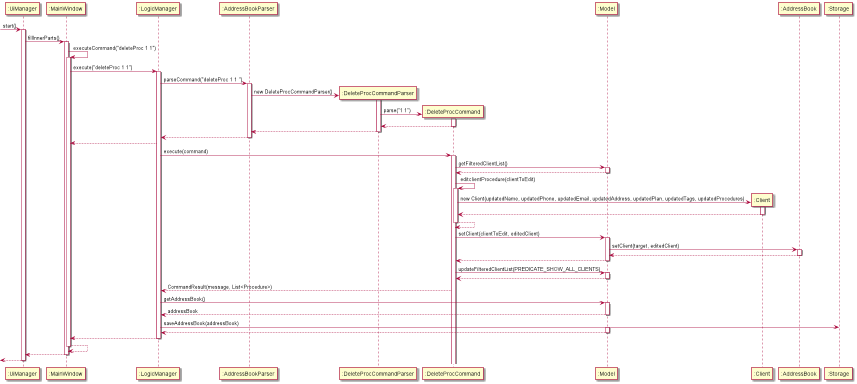
Earlier version of the PlantUML export docs/images/DeleteProcSequenceDiagram.png (robinrojh/tp). Its diagram source:
```plantuml
@startuml

-> ":UiManager" : start()
activate ":UiManager"

":UiManager" -> ":MainWindow" : fillInnerParts()
activate ":MainWindow"
":MainWindow" -> ":MainWindow" : executeCommand("deleteProc 1 1")
activate ":MainWindow"
":MainWindow" -> ":LogicManager" : execute("deleteProc 1 1")
activate ":LogicManager"

":LogicManager" -> ":AddressBookParser" : parseCommand("deleteProc 1 1 ")
activate ":AddressBookParser"

create ":DeleteProcCommandParser"
":AddressBookParser" -> ":DeleteProcCommandParser" : new DeleteProcCommandParser()
activate ":DeleteProcCommandParser"
create ":DeleteProcCommand"
":DeleteProcCommandParser" -> ":DeleteProcCommand" : parse("1 1")
activate ":DeleteProcCommand"

":DeleteProcCommand" --> ":DeleteProcCommandParser"
deactivate ":DeleteProcCommand"
":DeleteProcCommandParser" --> ":AddressBookParser"
deactivate ":DeleteProcCommandParser"
":AddressBookParser" --> ":LogicManager"
deactivate ":AddressBookParser"
":LogicManager" --> ":MainWindow"

":LogicManager" -> ":DeleteProcCommand" : execute(command)
activate ":DeleteProcCommand"
":DeleteProcCommand" -> ":Model" : getFilteredClientList()
activate ":Model"
":Model" --> ":DeleteProcCommand"
deactivate ":Model"
":DeleteProcCommand" -> ":DeleteProcCommand" : editclientProcedure(clientToEdit)
activate ":DeleteProcCommand"
create ":Client"
":DeleteProcCommand" -> ":Client" : new Client(updatedName, updatedPhone, updatedEmail, updatedAddress, updatedPlan, updatedTags, updatedProcedures)
activate ":Client"
":Client" --> ":DeleteProcCommand"
deactivate ":Client"
":DeleteProcCommand" --> ":DeleteProcCommand"
deactivate ":DeleteProcCommand"

":DeleteProcCommand" -> ":Model" : setClient(clientToEdit, editedClient)
activate ":Model"
":Model" -> ":AddressBook" : setClient(target, editedClient)
activate ":AddressBook"
":AddressBook" --> ":Model"
deactivate ":AddressBook"
":Model" --> ":DeleteProcCommand"
deactivate ":Model"

":DeleteProcCommand" -> ":Model" : updateFilteredClientList(PREDICATE_SHOW_ALL_CLIENTS)
activate ":Model"
":Model" --> ":DeleteProcCommand"
deactivate ":Model"
":DeleteProcCommand" --> ":LogicManager" : CommandResult(message, List<Procedure>)

":LogicManager" -> ":Model" : getAddressBook()
activate ":Model"
":Model" --> ":LogicManager" : addressBook
deactivate ":Model"

":LogicManager" -> ":Storage" : saveAddressBook(addressBook)
activate ":Model"
":Model" --> ":LogicManager"
deactivate ":Model"

":LogicManager" --> ":MainWindow"

deactivate ":LogicManager"
":MainWindow" --> ":MainWindow"
deactivate ":MainWindow"
":MainWindow" --> ":UiManager"
deactivate ":MainWindow"
<-- ":UiManager"
deactivate ":UiManager"
@enduml
```
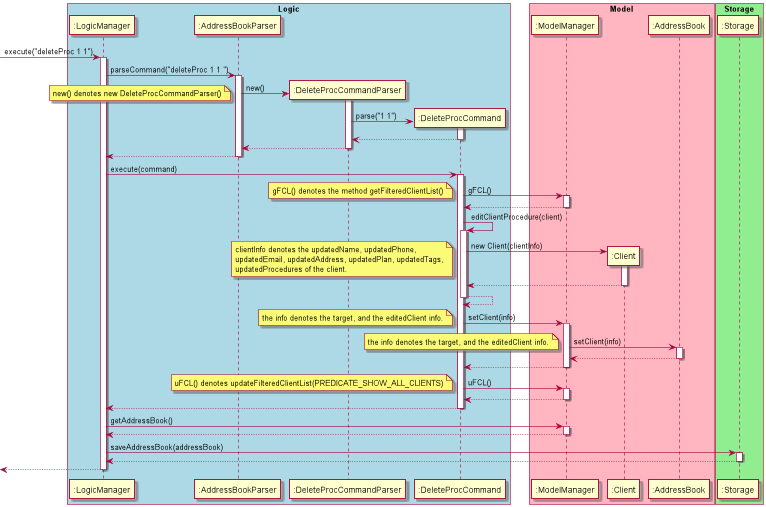
After the change.

Commit message:
Add deleteProc feature to developer guide's implementation

Diff of the diagram source:
```diff
@@ -1,21 +1,18 @@
 @startuml
 
--> ":UiManager" : start()
-activate ":UiManager"
-
-":UiManager" -> ":MainWindow" : fillInnerParts()
-activate ":MainWindow"
-":MainWindow" -> ":MainWindow" : executeCommand("deleteProc 1 1")
-activate ":MainWindow"
-":MainWindow" -> ":LogicManager" : execute("deleteProc 1 1")
+box "Logic" #LightBlue
+-> ":LogicManager" : execute("deleteProc 1 1")
 activate ":LogicManager"
 
 ":LogicManager" -> ":AddressBookParser" : parseCommand("deleteProc 1 1 ")
 activate ":AddressBookParser"
 
 create ":DeleteProcCommandParser"
-":AddressBookParser" -> ":DeleteProcCommandParser" : new DeleteProcCommandParser()
+":AddressBookParser" -> ":DeleteProcCommandParser" : new()
 activate ":DeleteProcCommandParser"
+note left
+    new() denotes new DeleteProcCommandParser()
+end note
 create ":DeleteProcCommand"
 ":DeleteProcCommandParser" -> ":DeleteProcCommand" : parse("1 1")
 activate ":DeleteProcCommand"
@@ -26,56 +23,71 @@
 deactivate ":DeleteProcCommandParser"
 ":AddressBookParser" --> ":LogicManager"
 deactivate ":AddressBookParser"
-":LogicManager" --> ":MainWindow"
+endbox
 
+box "Model" #LightPink
 ":LogicManager" -> ":DeleteProcCommand" : execute(command)
 activate ":DeleteProcCommand"
-":DeleteProcCommand" -> ":Model" : getFilteredClientList()
-activate ":Model"
-":Model" --> ":DeleteProcCommand"
-deactivate ":Model"
-":DeleteProcCommand" -> ":DeleteProcCommand" : editclientProcedure(clientToEdit)
+":DeleteProcCommand" -> ":ModelManager" : gFCL()
+activate ":ModelManager"
+note left
+    gFCL() denotes the method getFilteredClientList()
+end note
+":ModelManager" --> ":DeleteProcCommand"
+deactivate ":ModelManager"
+":DeleteProcCommand" -> ":DeleteProcCommand" : editClientProcedure(client)
 activate ":DeleteProcCommand"
 create ":Client"
-":DeleteProcCommand" -> ":Client" : new Client(updatedName, updatedPhone, updatedEmail, updatedAddress, updatedPlan, updatedTags, updatedProcedures)
+":DeleteProcCommand" -> ":Client" : new Client(clientInfo)
 activate ":Client"
+note left
+    clientInfo denotes the updatedName, updatedPhone,
+    updatedEmail, updatedAddress, updatedPlan, updatedTags,
+    updatedProcedures of the client.
+end note
 ":Client" --> ":DeleteProcCommand"
 deactivate ":Client"
 ":DeleteProcCommand" --> ":DeleteProcCommand"
 deactivate ":DeleteProcCommand"
 
-":DeleteProcCommand" -> ":Model" : setClient(clientToEdit, editedClient)
-activate ":Model"
-":Model" -> ":AddressBook" : setClient(target, editedClient)
+":DeleteProcCommand" -> ":ModelManager" : setClient(info)
+note left
+    the info denotes the target, and the editedClient info.
+end note
+activate ":ModelManager"
+":ModelManager" -> ":AddressBook" : setClient(info)
+note left
+    the info denotes the target, and the editedClient info.
+end note
 activate ":AddressBook"
-":AddressBook" --> ":Model"
+":AddressBook" --> ":ModelManager"
 deactivate ":AddressBook"
-":Model" --> ":DeleteProcCommand"
-deactivate ":Model"
+":ModelManager" --> ":DeleteProcCommand"
+deactivate ":ModelManager"
+endbox
 
-":DeleteProcCommand" -> ":Model" : updateFilteredClientList(PREDICATE_SHOW_ALL_CLIENTS)
-activate ":Model"
-":Model" --> ":DeleteProcCommand"
-deactivate ":Model"
-":DeleteProcCommand" --> ":LogicManager" : CommandResult(message, List<Procedure>)
+box "Storage" #LightGreen
+":DeleteProcCommand" -> ":ModelManager" : uFCL()
+activate ":ModelManager"
+note left
+    uFCL() denotes updateFilteredClientList(PREDICATE_SHOW_ALL_CLIENTS)
+end note
+":ModelManager" --> ":DeleteProcCommand"
+deactivate ":ModelManager"
+":DeleteProcCommand" --> ":LogicManager"
+deactivate ":DeleteProcCommand"
 
-":LogicManager" -> ":Model" : getAddressBook()
-activate ":Model"
-":Model" --> ":LogicManager" : addressBook
-deactivate ":Model"
+":LogicManager" -> ":ModelManager" : getAddressBook()
+activate ":ModelManager"
+":ModelManager" --> ":LogicManager"
+deactivate ":ModelManager"
 
 ":LogicManager" -> ":Storage" : saveAddressBook(addressBook)
-activate ":Model"
-":Model" --> ":LogicManager"
-deactivate ":Model"
+activate ":Storage"
+":Storage" --> ":LogicManager"
+deactivate ":Storage"
 
-":LogicManager" --> ":MainWindow"
-
+<-- ":LogicManager"
 deactivate ":LogicManager"
-":MainWindow" --> ":MainWindow"
-deactivate ":MainWindow"
-":MainWindow" --> ":UiManager"
-deactivate ":MainWindow"
-<-- ":UiManager"
-deactivate ":UiManager"
+endbox
 @enduml
```
